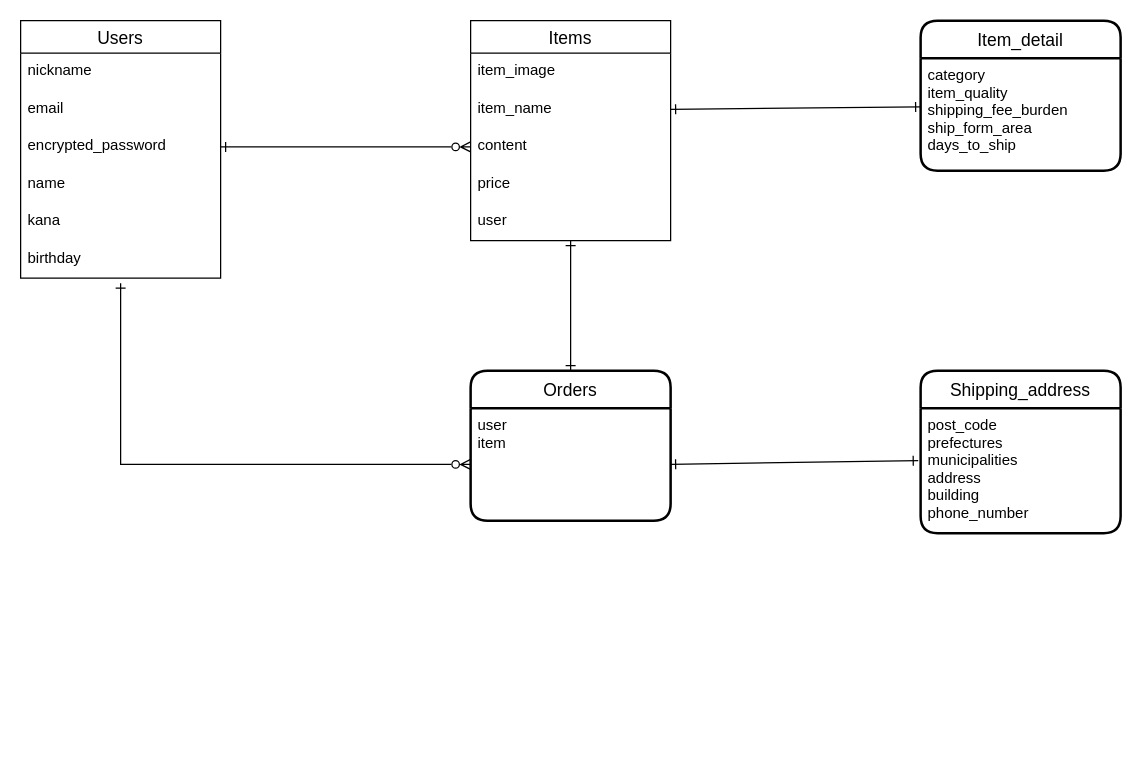
Earlier version of the draw.io diagram furima-37207.dio (fudoakira/furima-37207). Source tidied: cells renumbered, new cells numbered last; positions are measured from the earlier drawing's top-left corner, leaving out a move shared by most shapes. Both pictures are drawn from the tidied source at 125%, with x=0, y=0 at pixel (20, 20).
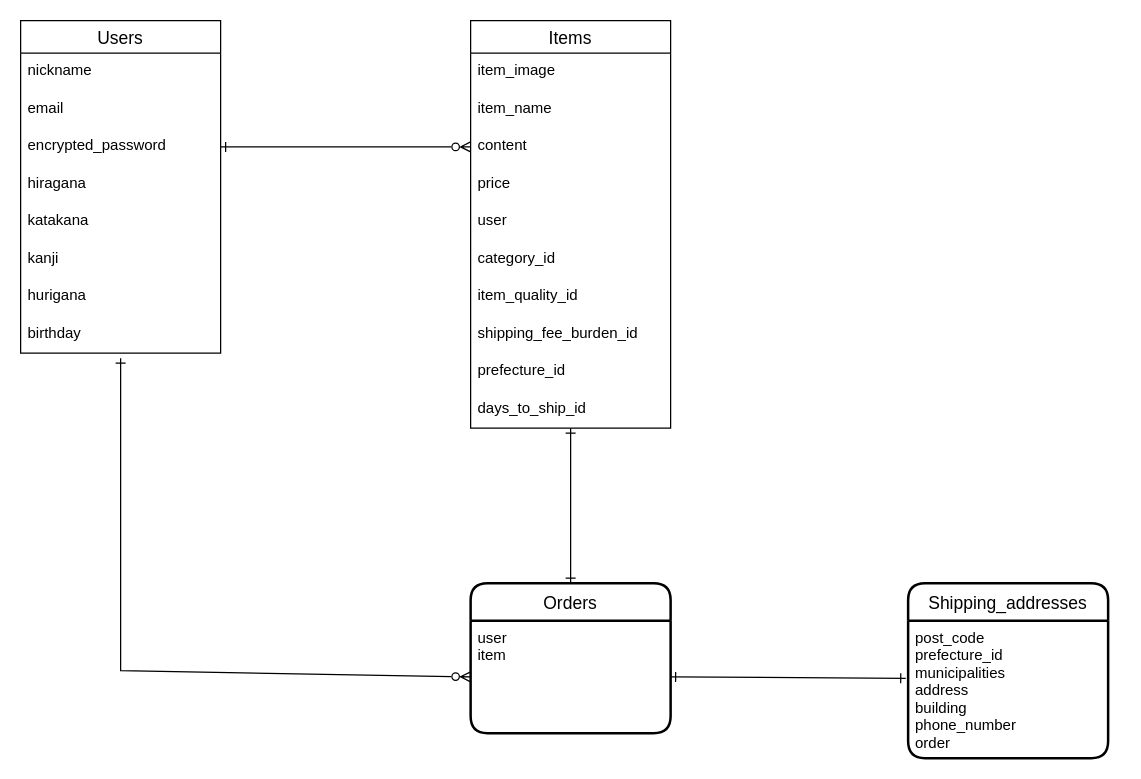
The same page after the edit.

Unchanged cells that the change refers to:
```xml
<mxCell id="12" value="item_name" style="text;strokeColor=none;fillColor=none;spacingLeft=4;spacingRight=4;overflow=hidden;points=[[0,0.5],[1,0.5]];portConstraint=eastwest;fontSize=12;" parent="10" vertex="1">
  <mxGeometry y="56" width="160" height="30" as="geometry" />
</mxCell>
<mxCell id="17" value="user&#10;item" style="align=left;strokeColor=none;fillColor=none;spacingLeft=4;fontSize=12;verticalAlign=top;" parent="16" vertex="1">
  <mxGeometry y="30" width="160" height="90" as="geometry" />
</mxCell>
```

The edit, as a diff of the source:
```diff
@@
     <mxCell id="2" value="Users" style="swimlane;fontStyle=0;horizontal=1;startSize=26;align=center;fontSize=14;" parent="1" vertex="1">
-      <mxGeometry width="160" height="206" as="geometry" />
+      <mxGeometry width="160" height="266" as="geometry" />
     </mxCell>
@@
-    <mxCell id="6" value="name" style="text;strokeColor=none;fillColor=none;spacingLeft=4;spacingRight=4;overflow=hidden;fontSize=12;" parent="2" vertex="1">
+    <mxCell id="6" value="hiragana" style="text;strokeColor=none;fillColor=none;spacingLeft=4;spacingRight=4;overflow=hidden;fontSize=12;" parent="2" vertex="1">
       <mxGeometry y="116" width="160" height="30" as="geometry" />
     </mxCell>
-    <mxCell id="7" value="kana" style="text;strokeColor=none;fillColor=none;spacingLeft=4;spacingRight=4;overflow=hidden;fontSize=12;" parent="2" vertex="1">
+    <mxCell id="7" value="katakana" style="text;strokeColor=none;fillColor=none;spacingLeft=4;spacingRight=4;overflow=hidden;fontSize=12;" parent="2" vertex="1">
       <mxGeometry y="146" width="160" height="30" as="geometry" />
     </mxCell>
+    <mxCell id="26" value="kanji" style="text;strokeColor=none;fillColor=none;spacingLeft=4;spacingRight=4;overflow=hidden;fontSize=12;" parent="2" vertex="1">
+      <mxGeometry y="176" width="160" height="30" as="geometry" />
+    </mxCell>
+    <mxCell id="27" value="hurigana" style="text;strokeColor=none;fillColor=none;spacingLeft=4;spacingRight=4;overflow=hidden;fontSize=12;" parent="2" vertex="1">
+      <mxGeometry y="206" width="160" height="30" as="geometry" />
+    </mxCell>
     <mxCell id="8" value="birthday" style="text;strokeColor=none;fillColor=none;spacingLeft=4;spacingRight=4;overflow=hidden;fontSize=12;" parent="2" vertex="1">
-      <mxGeometry y="176" width="160" height="30" as="geometry" />
+      <mxGeometry y="236" width="160" height="30" as="geometry" />
     </mxCell>
@@
     <mxCell id="10" value="Items" style="swimlane;fontStyle=0;horizontal=1;startSize=26;align=center;fontSize=14;" parent="1" vertex="1">
-      <mxGeometry x="360" width="160" height="176" as="geometry" />
+      <mxGeometry x="360" width="160" height="326" as="geometry" />
     </mxCell>
@@
+    <mxCell id="28" value="category_id" style="text;strokeColor=none;fillColor=none;spacingLeft=4;spacingRight=4;overflow=hidden;fontSize=12;" parent="10" vertex="1">
+      <mxGeometry y="176" width="160" height="30" as="geometry" />
+    </mxCell>
+    <mxCell id="29" value="item_quality_id" style="text;strokeColor=none;fillColor=none;spacingLeft=4;spacingRight=4;overflow=hidden;fontSize=12;" parent="10" vertex="1">
+      <mxGeometry y="206" width="160" height="30" as="geometry" />
+    </mxCell>
+    <mxCell id="30" value="shipping_fee_burden_id" style="text;strokeColor=none;fillColor=none;spacingLeft=4;spacingRight=4;overflow=hidden;fontSize=12;" parent="10" vertex="1">
+      <mxGeometry y="236" width="160" height="30" as="geometry" />
+    </mxCell>
+    <mxCell id="31" value="prefecture_id" style="text;strokeColor=none;fillColor=none;spacingLeft=4;spacingRight=4;overflow=hidden;fontSize=12;" parent="10" vertex="1">
+      <mxGeometry y="266" width="160" height="30" as="geometry" />
+    </mxCell>
+    <mxCell id="32" value="days_to_ship_id" style="text;strokeColor=none;fillColor=none;spacingLeft=4;spacingRight=4;overflow=hidden;fontSize=12;" parent="10" vertex="1">
+      <mxGeometry y="296" width="160" height="30" as="geometry" />
+    </mxCell>
     <mxCell id="16" value="Orders" style="swimlane;horizontal=1;startSize=30;rounded=1;fontSize=14;fontStyle=0;strokeWidth=2;shadow=0;dashed=0;align=center;" parent="1" vertex="1">
-      <mxGeometry x="360" y="280" width="160" height="120" as="geometry" />
+      <mxGeometry x="360" y="450" width="160" height="120" as="geometry" />
     </mxCell>
@@
-    <mxCell id="18" value="Item_detail" style="swimlane;horizontal=1;startSize=30;rounded=1;fontSize=14;fontStyle=0;strokeWidth=2;shadow=0;dashed=0;align=center;" parent="1" vertex="1">
-      <mxGeometry x="720" width="160" height="120" as="geometry" />
-    </mxCell>
-    <mxCell id="19" value="category&#10;item_quality&#10;shipping_fee_burden&#10;ship_form_area&#10;days_to_ship" style="align=left;strokeColor=none;fillColor=none;spacingLeft=4;fontSize=12;verticalAlign=top;" parent="18" vertex="1">
-      <mxGeometry y="30" width="160" height="90" as="geometry" />
-    </mxCell>
-    <mxCell id="20" value="Shipping_address" style="swimlane;horizontal=1;startSize=30;rounded=1;fontSize=14;fontStyle=0;strokeWidth=2;shadow=0;dashed=0;align=center;" parent="1" vertex="1">
-      <mxGeometry x="720" y="280" width="160" height="130" as="geometry" />
+    <mxCell id="20" value="Shipping_addresses" style="swimlane;horizontal=1;startSize=30;rounded=1;fontSize=14;fontStyle=0;strokeWidth=2;shadow=0;dashed=0;align=center;" parent="1" vertex="1">
+      <mxGeometry x="710" y="450" width="160" height="140" as="geometry" />
     </mxCell>
-    <mxCell id="21" value="post_code&#10;prefectures&#10;municipalities&#10;address&#10;building&#10;phone_number" style="align=left;strokeColor=none;fillColor=none;spacingLeft=4;fontSize=12;verticalAlign=top;" parent="20" vertex="1">
-      <mxGeometry y="30" width="160" height="100" as="geometry" />
+    <mxCell id="21" value="post_code&#10;prefecture_id&#10;municipalities&#10;address&#10;building&#10;phone_number&#10;order" style="align=left;strokeColor=none;fillColor=none;spacingLeft=4;fontSize=12;verticalAlign=top;" parent="20" vertex="1">
+      <mxGeometry y="30" width="160" height="110" as="geometry" />
     </mxCell>
@@
-    <mxCell id="23" style="edgeStyle=none;sketch=0;html=1;exitX=1;exitY=0.5;exitDx=0;exitDy=0;entryX=0;entryY=0.433;entryDx=0;entryDy=0;entryPerimeter=0;startArrow=ERone;startFill=0;endArrow=ERone;endFill=0;strokeWidth=1;jumpSize=6;rounded=1;" parent="1" edge="1" source="12" target="19">
-      <mxGeometry relative="1" as="geometry" />
-    </mxCell>
@@
     <mxCell id="25" style="edgeStyle=none;rounded=0;sketch=0;jumpSize=6;html=1;exitX=0;exitY=0.5;exitDx=0;exitDy=0;startArrow=ERzeroToMany;startFill=0;endArrow=ERone;endFill=0;strokeWidth=1;" parent="1" edge="1" source="17">
       <mxGeometry relative="1" as="geometry">
-        <mxPoint x="80" y="210" as="targetPoint" />
+        <mxPoint x="80" y="270" as="targetPoint" />
         <Array as="points">
-          <mxPoint x="80" y="355" />
+          <mxPoint x="80" y="520" />
         </Array>
       </mxGeometry>
     </mxCell>
```
